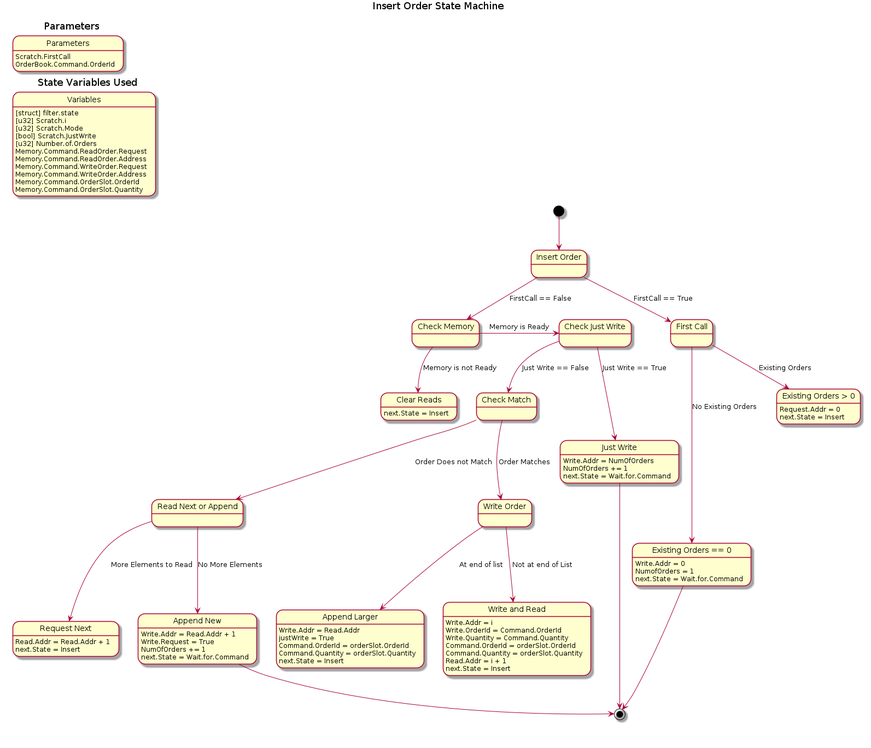
The PlantUML diagram diagrams/out/04_insert_order_state.png in fpganow/cboe_pitch_lv_fpga, before a commit. Source of this version:
```plantuml
@startuml 04_insert_order_state
hide empty description

title Insert Order State Machine

label InsertOrder[
{{
    title Parameters
    state "Parameters" as parameters
        parameters: Scratch.FirstCall
        parameters: OrderBook.Command.OrderId
}}

{{
    title State Variables Used
    state "Variables" as variables
        variables: [struct] filter.state
        variables: [u32] Scratch.i
        variables: [u32] Scratch.Mode
        variables: [bool] Scratch.JustWrite
        variables: [u32] Number.of.Orders
        variables: Memory.Command.ReadOrder.Request
        variables: Memory.Command.ReadOrder.Address
        variables: Memory.Command.WriteOrder.Request
        variables: Memory.Command.WriteOrder.Address
        variables: Memory.Command.OrderSlot.OrderId
        variables: Memory.Command.OrderSlot.Quantity
}}

{{

[*] --> insert_order

state "Insert Order" as insert_order

insert_order --> first_call: FirstCall == True

state "First Call" as first_call

state "Existing Orders > 0" as existing_orders_gt_0
    existing_orders_gt_0: Request.Addr = 0
    existing_orders_gt_0: next.State = Insert
state "Existing Orders == 0" as existing_orders_eg_0
    existing_orders_eg_0: Write.Addr = 0
    existing_orders_eg_0: NumofOrders = 1
    existing_orders_eg_0: next.State = Wait.for.Command

first_call --> existing_orders_gt_0: Existing Orders
first_call --> existing_orders_eg_0: No Existing Orders
existing_orders_eg_0 --> [*]

insert_order --> check_memory: FirstCall == False

state "Check Memory" as check_memory

state "Clear Reads" as clear_reads: next.State = Insert
state "Check Just Write" as check_just_write

state "Just Write" as just_write
    just_write: Write.Addr = NumOfOrders
    just_write: NumOfOrders += 1
    just_write: next.State = Wait.for.Command

    check_memory --> clear_reads: Memory is not Ready
    check_memory -> check_just_write: Memory is Ready

    check_just_write --> just_write: Just Write == True
    just_write --> [*]
    check_just_write --> check_match: Just Write == False

state "Check Match" as check_match

state "Write Order" as write_order
state "Write and Read" as write_and_read
    write_and_read: Write.Addr = i
    write_and_read:  Write.OrderId = Command.OrderId
    write_and_read:  Write.Quantity = Command.Quantity
    write_and_read:  Command.OrderId = orderSlot.OrderId
    write_and_read:  Command.Quantity = orderSlot.Quantity
    write_and_read: Read.Addr = i + 1
    write_and_read: next.State = Insert

    state "Append Larger" as append_larger: Write.Addr = Read.Addr
        append_larger: justWrite = True
        append_larger: Command.OrderId = orderSlot.OrderId
        append_larger: Command.Quantity = orderSlot.Quantity
        append_larger: next.State = Insert

    state "Read Next or Append" as read_next
    state "Append New" as append_new: Write.Addr = Read.Addr + 1
        append_new: Write.Request = True
        append_new: NumOfOrders += 1
        append_new: next.State = Wait.for.Command
    state "Request Next" as request_next: Read.Addr = Read.Addr + 1
        request_next: next.State = Insert

check_match --> write_order: Order Matches
write_order --> write_and_read: Not at end of List
write_order --> append_larger: At end of list

check_match --> read_next: Order Does not Match

read_next --> append_new: No More Elements
read_next --> request_next: More Elements to Read


append_new --> [*]

}}
]

@enduml
```
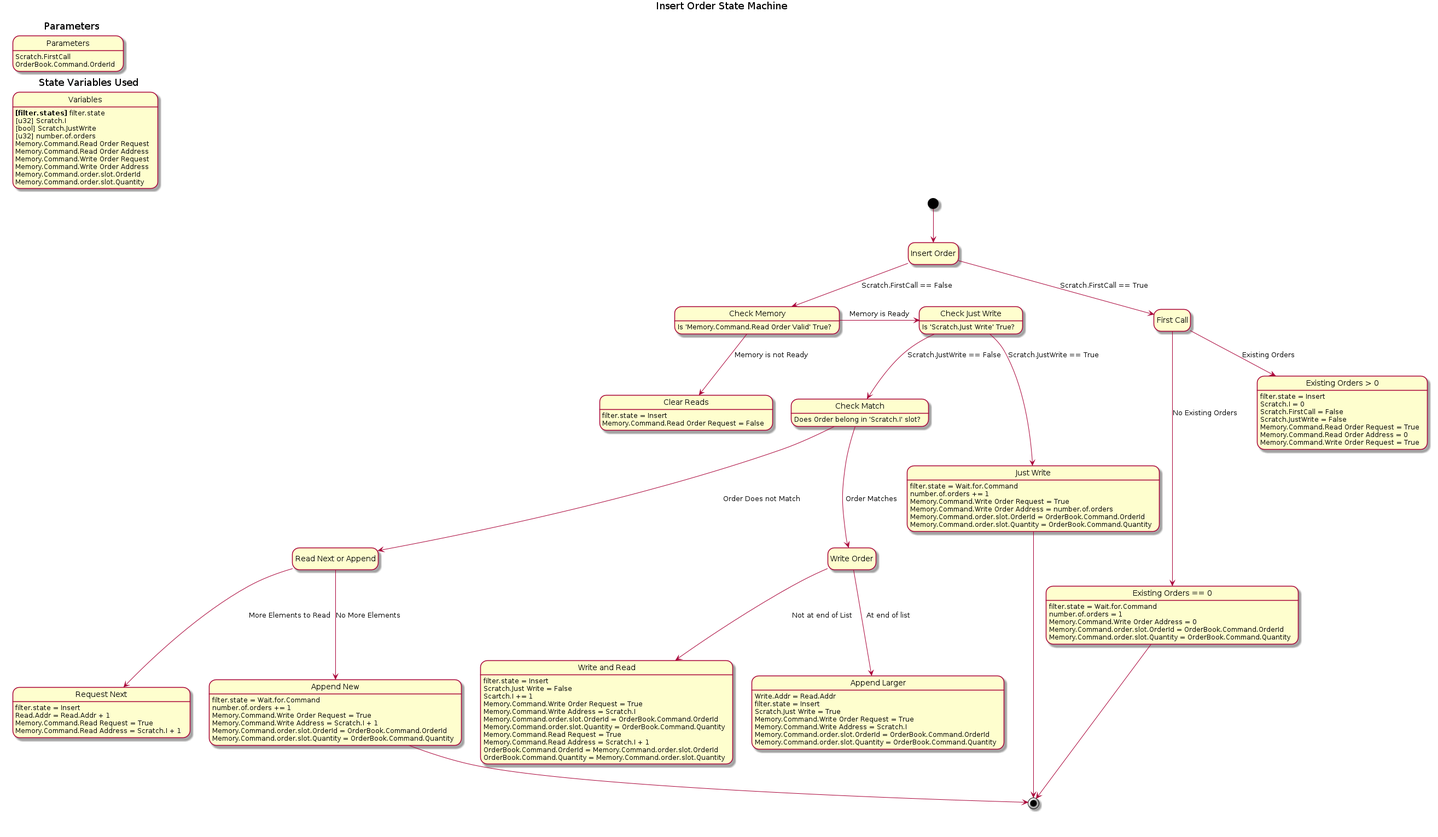
Above is the later version.

Commit message:
Fixing up Insert Order -> syncing all variables with labivew

Change to the diagram source:
```diff
@@ -14,85 +14,109 @@
 {{
     title State Variables Used
     state "Variables" as variables
-        variables: [struct] filter.state
-        variables: [u32] Scratch.i
-        variables: [u32] Scratch.Mode
+        variables: **[filter.states]** filter.state
+        variables: [u32] Scratch.I
         variables: [bool] Scratch.JustWrite
-        variables: [u32] Number.of.Orders
-        variables: Memory.Command.ReadOrder.Request
-        variables: Memory.Command.ReadOrder.Address
-        variables: Memory.Command.WriteOrder.Request
-        variables: Memory.Command.WriteOrder.Address
-        variables: Memory.Command.OrderSlot.OrderId
-        variables: Memory.Command.OrderSlot.Quantity
+        variables: [u32] number.of.orders
+        variables: Memory.Command.Read Order Request
+        variables: Memory.Command.Read Order Address
+        variables: Memory.Command.Write Order Request
+        variables: Memory.Command.Write Order Address
+        variables: Memory.Command.order.slot.OrderId
+        variables: Memory.Command.order.slot.Quantity
 }}
 
 {{
+    hide empty description
 
 [*] --> insert_order
 
 state "Insert Order" as insert_order
 
-insert_order --> first_call: FirstCall == True
+insert_order --> first_call: Scratch.FirstCall == True
 
 state "First Call" as first_call
 
 state "Existing Orders > 0" as existing_orders_gt_0
-    existing_orders_gt_0: Request.Addr = 0
-    existing_orders_gt_0: next.State = Insert
+    existing_orders_gt_0: filter.state = Insert
+    existing_orders_gt_0: Scratch.I = 0
+    existing_orders_gt_0: Scratch.FirstCall = False
+    existing_orders_gt_0: Scratch.JustWrite = False
+    existing_orders_gt_0: Memory.Command.Read Order Request = True
+    existing_orders_gt_0: Memory.Command.Read Order Address = 0
 state "Existing Orders == 0" as existing_orders_eg_0
-    existing_orders_eg_0: Write.Addr = 0
-    existing_orders_eg_0: NumofOrders = 1
-    existing_orders_eg_0: next.State = Wait.for.Command
+    existing_orders_eg_0: filter.state = Wait.for.Command
+    existing_orders_eg_0: number.of.orders = 1
+    existing_orders_gt_0: Memory.Command.Write Order Request = True
+    existing_orders_eg_0: Memory.Command.Write Order Address = 0
+    existing_orders_eg_0: Memory.Command.order.slot.OrderId = OrderBook.Command.OrderId
+    existing_orders_eg_0: Memory.Command.order.slot.Quantity = OrderBook.Command.Quantity
 
 first_call --> existing_orders_gt_0: Existing Orders
 first_call --> existing_orders_eg_0: No Existing Orders
 existing_orders_eg_0 --> [*]
 
-insert_order --> check_memory: FirstCall == False
+insert_order --> check_memory: Scratch.FirstCall == False
 
-state "Check Memory" as check_memory
+state "Check Memory" as check_memory: Is 'Memory.Command.Read Order Valid' True?
 
-state "Clear Reads" as clear_reads: next.State = Insert
-state "Check Just Write" as check_just_write
+state "Clear Reads" as clear_reads: filter.state = Insert
+state "Clear Reads" as clear_reads: Memory.Command.Read Order Request = False
+state "Check Just Write" as check_just_write: Is 'Scratch.Just Write' True?
 
 state "Just Write" as just_write
-    just_write: Write.Addr = NumOfOrders
-    just_write: NumOfOrders += 1
-    just_write: next.State = Wait.for.Command
+    just_write: filter.state = Wait.for.Command
+    just_write: number.of.orders += 1
+    just_write: Memory.Command.Write Order Request = True
+    just_write: Memory.Command.Write Order Address = number.of.orders
+    just_write: Memory.Command.order.slot.OrderId = OrderBook.Command.OrderId
+    just_write: Memory.Command.order.slot.Quantity = OrderBook.Command.Quantity
 
-    check_memory --> clear_reads: Memory is not Ready
-    check_memory -> check_just_write: Memory is Ready
+check_memory --> clear_reads: Memory is not Ready
+check_memory -> check_just_write: Memory is Ready
 
-    check_just_write --> just_write: Just Write == True
-    just_write --> [*]
-    check_just_write --> check_match: Just Write == False
+check_just_write --> just_write: Scratch.JustWrite == True
+just_write --> [*]
+check_just_write --> check_match: Scratch.JustWrite == False
 
-state "Check Match" as check_match
+state "Check Match" as check_match: Does Order belong in 'Scratch.I' slot?
 
 state "Write Order" as write_order
+state "Append Larger" as append_larger: Write.Addr = Read.Addr
+    append_larger: filter.state = Insert
+    append_larger: Scratch.Just Write = True
+    append_larger: Memory.Command.Write Order Request = True
+    append_larger: Memory.Command.Write Address = Scratch.I
+    append_larger: Memory.Command.order.slot.OrderId = OrderBook.Command.OrderId
+    append_larger: Memory.Command.order.slot.Quantity = OrderBook.Command.Quantity
+
 state "Write and Read" as write_and_read
-    write_and_read: Write.Addr = i
-    write_and_read:  Write.OrderId = Command.OrderId
-    write_and_read:  Write.Quantity = Command.Quantity
-    write_and_read:  Command.OrderId = orderSlot.OrderId
-    write_and_read:  Command.Quantity = orderSlot.Quantity
-    write_and_read: Read.Addr = i + 1
-    write_and_read: next.State = Insert
+    write_and_read: filter.state = Insert
+    write_and_read: Scratch.Just Write = False
+    write_and_read: Scartch.I += 1
+    write_and_read: Memory.Command.Write Order Request = True
+    write_and_read: Memory.Command.Write Address = Scratch.I
+    write_and_read: Memory.Command.order.slot.OrderId = OrderBook.Command.OrderId
+    write_and_read: Memory.Command.order.slot.Quantity = OrderBook.Command.Quantity
+    write_and_read: Memory.Command.Read Request = True
+    write_and_read: Memory.Command.Read Address = Scratch.I + 1
+    write_and_read: OrderBook.Command.OrderId = Memory.Command.order.slot.OrderId
+    write_and_read: OrderBook.Command.Quantity = Memory.Command.order.slot.Quantity
 
-    state "Append Larger" as append_larger: Write.Addr = Read.Addr
-        append_larger: justWrite = True
-        append_larger: Command.OrderId = orderSlot.OrderId
-        append_larger: Command.Quantity = orderSlot.Quantity
-        append_larger: next.State = Insert
+state "Read Next or Append" as read_next
+state "Append New" as append_new
+    append_new: filter.state = Wait.for.Command
+    append_new: number.of.orders += 1
+    append_new: Memory.Command.Write Order Request = True
+    append_new: Memory.Command.Write Address = Scratch.I + 1
+    append_new: Memory.Command.order.slot.OrderId = OrderBook.Command.OrderId
+    append_new: Memory.Command.order.slot.Quantity = OrderBook.Command.Quantity
 
-    state "Read Next or Append" as read_next
-    state "Append New" as append_new: Write.Addr = Read.Addr + 1
-        append_new: Write.Request = True
-        append_new: NumOfOrders += 1
-        append_new: next.State = Wait.for.Command
-    state "Request Next" as request_next: Read.Addr = Read.Addr + 1
-        request_next: next.State = Insert
+state "Request Next" as request_next
+    request_next: filter.state = Insert
+    request_next: Read.Addr = Read.Addr + 1
+    request_next: Memory.Command.Read Request = True
+    request_next: Memory.Command.Read Address = Scratch.I + 1
 
 check_match --> write_order: Order Matches
 write_order --> write_and_read: Not at end of List
```
